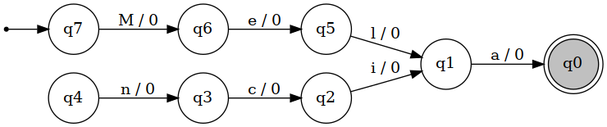
Before: graphs/mast.png, a diagram exported from Graphviz (lucasll37/CTC-34). Its source is kept beside it as graphs/mast.dot. Source of this version:
```dot
digraph G {
rankdir=LR;
node [shape=circle];
ini [shape=point];
ini -> q7;
	q0 [label="q0"];
	q0 [label="q0"];
	q0 [shape=doublecircle];
	q0 [style=filled fillcolor=gray];
	q1 [label="q1"];
	q2 [label="q2"];
	q3 [label="q3"];
	q4 [label="q4"];
	q5 [label="q5"];
	q6 [label="q6"];
	q7 [label="q7"];
	q1 -> q0 [label="a / 0"];
	q2 -> q1 [label="i / 0"];
	q3 -> q2 [label="c / 0"];
	q4 -> q3 [label="n / 0"];
	q5 -> q1 [label="l / 0"];
	q6 -> q5 [label="e / 0"];
	q7 -> q6 [label="M / 0"];
}
```
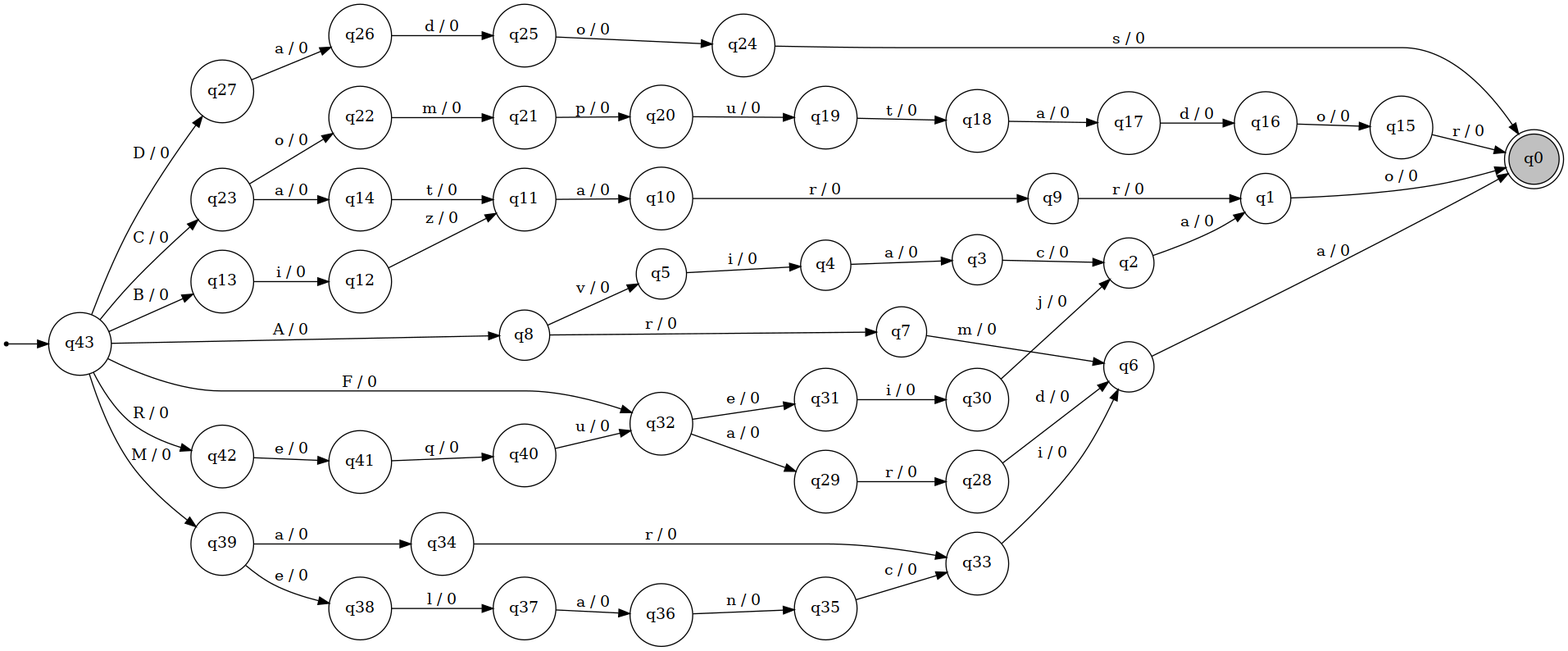
After the change.

What changed in the source:
```diff
@@ -2,8 +2,9 @@
 rankdir=LR;
 node [shape=circle];
 ini [shape=point];
-ini -> q7;
+ini -> q43;
 	q0 [label="q0"];
+	q24 [label="q24"];
 	q0 [label="q0"];
 	q0 [shape=doublecircle];
 	q0 [style=filled fillcolor=gray];
@@ -14,11 +15,92 @@
 	q5 [label="q5"];
 	q6 [label="q6"];
 	q7 [label="q7"];
-	q1 -> q0 [label="a / 0"];
-	q2 -> q1 [label="i / 0"];
+	q8 [label="q8"];
+	q33 [label="q33"];
+	q9 [label="q9"];
+	q10 [label="q10"];
+	q11 [label="q11"];
+	q12 [label="q12"];
+	q13 [label="q13"];
+	q14 [label="q14"];
+	q15 [label="q15"];
+	q16 [label="q16"];
+	q17 [label="q17"];
+	q18 [label="q18"];
+	q19 [label="q19"];
+	q20 [label="q20"];
+	q21 [label="q21"];
+	q22 [label="q22"];
+	q23 [label="q23"];
+	q25 [label="q25"];
+	q26 [label="q26"];
+	q27 [label="q27"];
+	q28 [label="q28"];
+	q29 [label="q29"];
+	q30 [label="q30"];
+	q31 [label="q31"];
+	q32 [label="q32"];
+	q34 [label="q34"];
+	q35 [label="q35"];
+	q36 [label="q36"];
+	q37 [label="q37"];
+	q38 [label="q38"];
+	q39 [label="q39"];
+	q40 [label="q40"];
+	q41 [label="q41"];
+	q42 [label="q42"];
+	q43 [label="q43"];
+	q24 -> q0 [label="s / 0"];
+	q1 -> q0 [label="o / 0"];
+	q2 -> q1 [label="a / 0"];
 	q3 -> q2 [label="c / 0"];
-	q4 -> q3 [label="n / 0"];
-	q5 -> q1 [label="l / 0"];
-	q6 -> q5 [label="e / 0"];
-	q7 -> q6 [label="M / 0"];
+	q4 -> q3 [label="a / 0"];
+	q5 -> q4 [label="i / 0"];
+	q6 -> q0 [label="a / 0"];
+	q7 -> q6 [label="m / 0"];
+	q8 -> q7 [label="r / 0"];
+	q8 -> q5 [label="v / 0"];
+	q33 -> q6 [label="i / 0"];
+	q9 -> q1 [label="r / 0"];
+	q10 -> q9 [label="r / 0"];
+	q11 -> q10 [label="a / 0"];
+	q12 -> q11 [label="z / 0"];
+	q13 -> q12 [label="i / 0"];
+	q14 -> q11 [label="t / 0"];
+	q15 -> q0 [label="r / 0"];
+	q16 -> q15 [label="o / 0"];
+	q17 -> q16 [label="d / 0"];
+	q18 -> q17 [label="a / 0"];
+	q19 -> q18 [label="t / 0"];
+	q20 -> q19 [label="u / 0"];
+	q21 -> q20 [label="p / 0"];
+	q22 -> q21 [label="m / 0"];
+	q23 -> q14 [label="a / 0"];
+	q23 -> q22 [label="o / 0"];
+	q25 -> q24 [label="o / 0"];
+	q26 -> q25 [label="d / 0"];
+	q27 -> q26 [label="a / 0"];
+	q28 -> q6 [label="d / 0"];
+	q29 -> q28 [label="r / 0"];
+	q30 -> q2 [label="j / 0"];
+	q31 -> q30 [label="i / 0"];
+	q32 -> q29 [label="a / 0"];
+	q32 -> q31 [label="e / 0"];
+	q34 -> q33 [label="r / 0"];
+	q35 -> q33 [label="c / 0"];
+	q36 -> q35 [label="n / 0"];
+	q37 -> q36 [label="a / 0"];
+	q38 -> q37 [label="l / 0"];
+	q39 -> q34 [label="a / 0"];
+	q39 -> q38 [label="e / 0"];
+	q40 -> q32 [label="u / 0"];
+	q41 -> q40 [label="q / 0"];
+	q42 -> q41 [label="e / 0"];
+	q43 -> q8 [label="A / 0"];
+	q43 -> q13 [label="B / 0"];
+	q43 -> q23 [label="C / 0"];
+	q43 -> q27 [label="D / 0"];
+	q43 -> q32 [label="F / 0"];
+	q43 -> q39 [label="M / 0"];
+	q43 -> q42 [label="R / 0"];
 }
```
